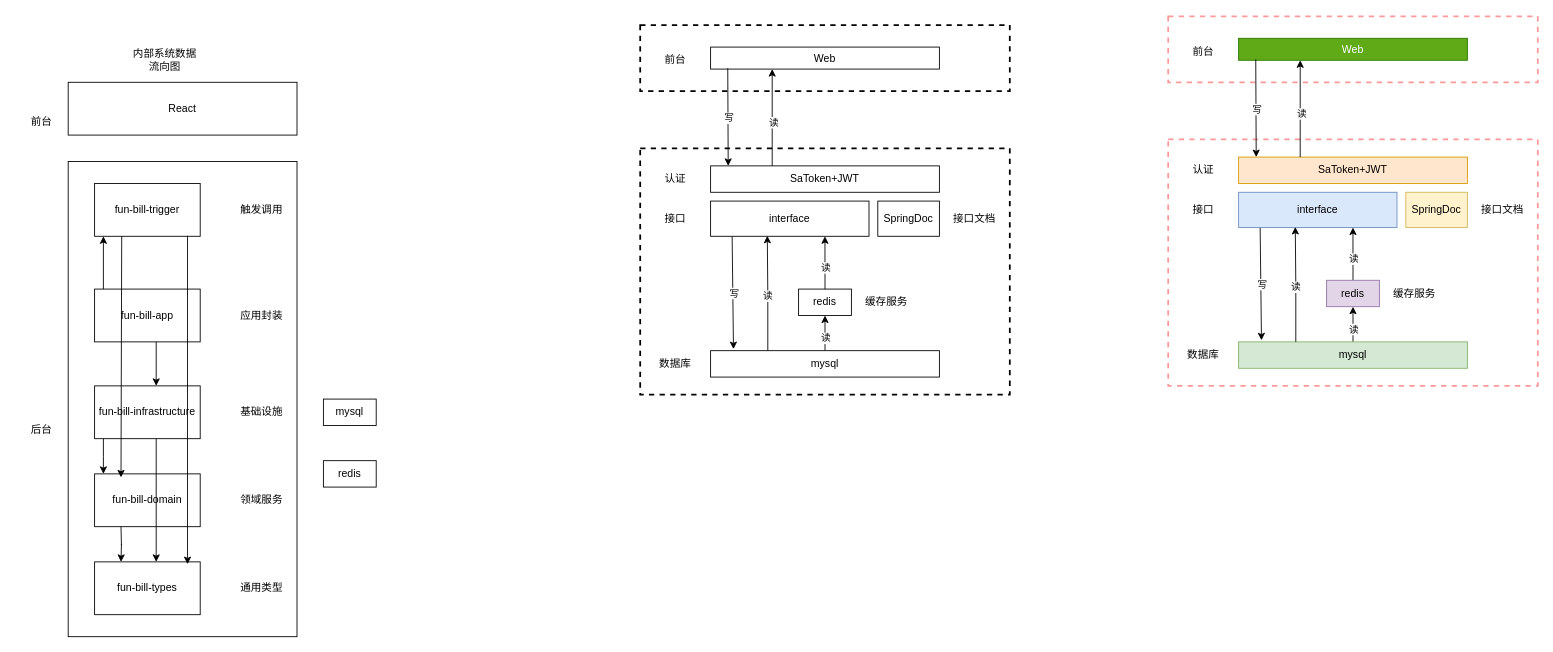
mynxg/draw-io-to-github keeps this draw.io diagram as page "技术架构" (3 of 8) of lottery-note/fun-bill-依赖关系.drawio. Above is the earlier version. Source tidied: cells renumbered, new cells numbered last; positions are measured from the earlier drawing's top-left corner, leaving out a move shared by most shapes. Both pictures are drawn from the tidied source at 88%, with x=0, y=0 at pixel (15, 16).
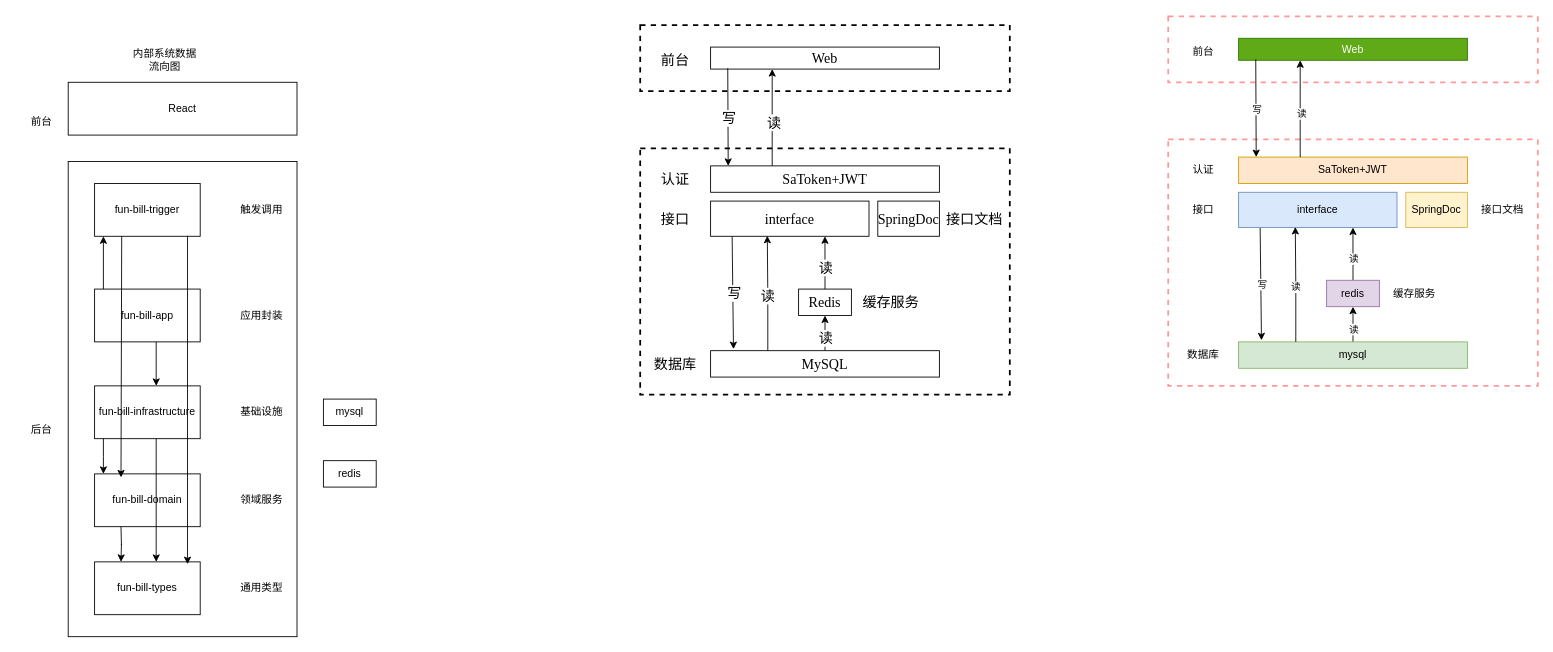
The same page after the edit.

Change to the diagram source:
```diff
@@
-    <mxCell id="2" style="rounded=0;whiteSpace=wrap;html=1;strokeColor=default;dashed=1;strokeWidth=2;" parent="1" vertex="1">
+    <mxCell id="2" style="rounded=0;whiteSpace=wrap;html=1;strokeColor=default;dashed=1;strokeWidth=2;fontFamily=宋体;fontSize=16;" parent="1" vertex="1">
       <mxGeometry x="710" y="150" width="420" height="280" as="geometry" />
     </mxCell>
@@
-    <mxCell id="26" style="rounded=0;jettySize=auto;html=1;exitX=0.5;exitY=0;exitDx=0;exitDy=0;entryX=0.5;entryY=1;entryDx=0;entryDy=0;" parent="1" edge="1" source="28" target="31">
+    <mxCell id="26" style="rounded=0;jettySize=auto;html=1;exitX=0.5;exitY=0;exitDx=0;exitDy=0;entryX=0.5;entryY=1;entryDx=0;entryDy=0;fontFamily=宋体;fontSize=16;" parent="1" edge="1" source="28" target="31">
       <mxGeometry relative="1" as="geometry" />
     </mxCell>
-    <mxCell id="27" value="读" style="edgeLabel;html=1;align=center;verticalAlign=middle;" parent="26" vertex="1">
+    <mxCell id="27" value="读" style="edgeLabel;html=1;align=center;verticalAlign=middle;fontFamily=宋体;fontSize=16;" parent="26" vertex="1">
       <mxGeometry x="-0.24" relative="1" as="geometry" />
     </mxCell>
-    <mxCell id="28" value="mysql" style="rounded=0;whiteSpace=wrap;html=1;" parent="1" vertex="1">
+    <mxCell id="28" value="MySQL" style="rounded=0;whiteSpace=wrap;html=1;fontFamily=Times New Roman;fontSize=16;" parent="1" vertex="1">
       <mxGeometry x="790" y="380" width="260" height="30" as="geometry" />
     </mxCell>
-    <mxCell id="29" style="rounded=0;jettySize=auto;html=1;exitX=0.5;exitY=0;exitDx=0;exitDy=0;entryX=0.722;entryY=1;entryDx=0;entryDy=0;entryPerimeter=0;" parent="1" edge="1" source="31" target="39">
+    <mxCell id="29" style="rounded=0;jettySize=auto;html=1;exitX=0.5;exitY=0;exitDx=0;exitDy=0;entryX=0.722;entryY=1;entryDx=0;entryDy=0;entryPerimeter=0;fontFamily=宋体;fontSize=16;" parent="1" edge="1" source="31" target="39">
       <mxGeometry relative="1" as="geometry" />
     </mxCell>
-    <mxCell id="30" value="读" style="edgeLabel;html=1;align=center;verticalAlign=middle;" parent="29" vertex="1">
+    <mxCell id="30" value="读" style="edgeLabel;html=1;align=center;verticalAlign=middle;fontFamily=宋体;fontSize=16;" parent="29" vertex="1">
       <mxGeometry x="-0.21" y="-1" relative="1" as="geometry" />
     </mxCell>
-    <mxCell id="31" value="redis" style="rounded=0;whiteSpace=wrap;html=1;" parent="1" vertex="1">
+    <mxCell id="31" value="Redis" style="rounded=0;whiteSpace=wrap;html=1;fontFamily=Times New Roman;fontSize=16;" parent="1" vertex="1">
       <mxGeometry x="890" y="310" width="60" height="30" as="geometry" />
     </mxCell>
-    <mxCell id="32" value="SpringDoc" style="rounded=0;whiteSpace=wrap;html=1;" parent="1" vertex="1">
+    <mxCell id="32" value="SpringDoc" style="rounded=0;whiteSpace=wrap;html=1;fontFamily=Times New Roman;fontSize=16;" parent="1" vertex="1">
       <mxGeometry x="980" y="210" width="70" height="40" as="geometry" />
     </mxCell>
-    <mxCell id="33" value="接口文档" style="text;html=1;align=center;verticalAlign=middle;whiteSpace=wrap;rounded=0;" parent="1" vertex="1">
-      <mxGeometry x="1060" y="215" width="60" height="30" as="geometry" />
+    <mxCell id="33" value="接口文档" style="text;html=1;align=center;verticalAlign=middle;whiteSpace=wrap;rounded=0;fontFamily=宋体;fontSize=16;" parent="1" vertex="1">
+      <mxGeometry x="1055" y="215" width="70" height="30" as="geometry" />
     </mxCell>
@@
-    <mxCell id="35" value="数据库" style="text;html=1;align=center;verticalAlign=middle;whiteSpace=wrap;rounded=0;" parent="1" vertex="1">
+    <mxCell id="35" value="数据库" style="text;html=1;align=center;verticalAlign=middle;whiteSpace=wrap;rounded=0;fontFamily=宋体;fontSize=16;" parent="1" vertex="1">
       <mxGeometry x="720" y="380" width="60" height="30" as="geometry" />
     </mxCell>
-    <mxCell id="36" value="缓存服务" style="text;html=1;align=center;verticalAlign=middle;whiteSpace=wrap;rounded=0;" parent="1" vertex="1">
-      <mxGeometry x="960" y="310" width="60" height="30" as="geometry" />
+    <mxCell id="36" value="缓存服务" style="text;html=1;align=center;verticalAlign=middle;whiteSpace=wrap;rounded=0;fontFamily=宋体;fontSize=16;" parent="1" vertex="1">
+      <mxGeometry x="960" y="310" width="70" height="30" as="geometry" />
     </mxCell>
-    <mxCell id="37" style="rounded=0;jettySize=auto;html=1;exitX=0.136;exitY=1.005;exitDx=0;exitDy=0;exitPerimeter=0;entryX=0.1;entryY=-0.06;entryDx=0;entryDy=0;entryPerimeter=0;" parent="1" edge="1" source="39" target="28">
+    <mxCell id="37" style="rounded=0;jettySize=auto;html=1;exitX=0.136;exitY=1.005;exitDx=0;exitDy=0;exitPerimeter=0;entryX=0.1;entryY=-0.06;entryDx=0;entryDy=0;entryPerimeter=0;fontFamily=宋体;fontSize=16;" parent="1" edge="1" source="39" target="28">
       <mxGeometry relative="1" as="geometry" />
     </mxCell>
-    <mxCell id="38" value="写" style="edgeLabel;html=1;align=center;verticalAlign=middle;" parent="37" vertex="1">
+    <mxCell id="38" value="写" style="edgeLabel;html=1;align=center;verticalAlign=middle;fontFamily=宋体;fontSize=16;" parent="37" vertex="1">
       <mxGeometry y="1" relative="1" as="geometry" />
     </mxCell>
-    <mxCell id="39" value="interface" style="rounded=0;whiteSpace=wrap;html=1;" parent="1" vertex="1">
+    <mxCell id="39" value="interface" style="rounded=0;whiteSpace=wrap;html=1;fontFamily=Times New Roman;fontSize=16;" parent="1" vertex="1">
       <mxGeometry x="790" y="210" width="180" height="40" as="geometry" />
     </mxCell>
-    <mxCell id="40" style="rounded=0;whiteSpace=wrap;html=1;dashed=1;strokeWidth=2;" parent="1" vertex="1">
+    <mxCell id="40" style="rounded=0;whiteSpace=wrap;html=1;dashed=1;strokeWidth=2;fontFamily=宋体;fontSize=16;" parent="1" vertex="1">
       <mxGeometry x="710" y="10" width="420" height="75" as="geometry" />
     </mxCell>
-    <mxCell id="41" value="Web" style="rounded=0;whiteSpace=wrap;html=1;" parent="1" vertex="1">
+    <mxCell id="41" value="Web" style="rounded=0;whiteSpace=wrap;html=1;fontFamily=Times New Roman;fontSize=16;" parent="1" vertex="1">
       <mxGeometry x="790" y="35" width="260" height="25" as="geometry" />
     </mxCell>
-    <mxCell id="42" value="SaToken+JWT" style="rounded=0;whiteSpace=wrap;html=1;" parent="1" vertex="1">
+    <mxCell id="42" value="SaToken+JWT" style="rounded=0;whiteSpace=wrap;html=1;fontFamily=Times New Roman;fontSize=16;" parent="1" vertex="1">
       <mxGeometry x="790" y="170" width="260" height="30" as="geometry" />
     </mxCell>
-    <mxCell id="43" value="认证" style="text;html=1;align=center;verticalAlign=middle;whiteSpace=wrap;rounded=0;" parent="1" vertex="1">
+    <mxCell id="43" value="认证" style="text;html=1;align=center;verticalAlign=middle;whiteSpace=wrap;rounded=0;fontFamily=宋体;fontSize=16;" parent="1" vertex="1">
       <mxGeometry x="720" y="170" width="60" height="30" as="geometry" />
     </mxCell>
-    <mxCell id="44" style="edgeStyle=orthogonalEdgeStyle;rounded=0;jettySize=auto;html=1;exitX=0.25;exitY=0;exitDx=0;exitDy=0;entryX=0.358;entryY=0.985;entryDx=0;entryDy=0;entryPerimeter=0;" parent="1" edge="1" source="28" target="39">
+    <mxCell id="44" style="edgeStyle=orthogonalEdgeStyle;rounded=0;jettySize=auto;html=1;exitX=0.25;exitY=0;exitDx=0;exitDy=0;entryX=0.358;entryY=0.985;entryDx=0;entryDy=0;entryPerimeter=0;fontFamily=宋体;fontSize=16;" parent="1" edge="1" source="28" target="39">
       <mxGeometry relative="1" as="geometry" />
     </mxCell>
-    <mxCell id="45" value="读" style="edgeLabel;html=1;align=center;verticalAlign=middle;" parent="44" vertex="1">
+    <mxCell id="45" value="读" style="edgeLabel;html=1;align=center;verticalAlign=middle;fontFamily=宋体;fontSize=16;" parent="44" vertex="1">
       <mxGeometry x="-0.04" y="1" relative="1" as="geometry" />
     </mxCell>
-    <mxCell id="46" value="前台" style="text;html=1;align=center;verticalAlign=middle;whiteSpace=wrap;rounded=0;" parent="1" vertex="1">
+    <mxCell id="46" value="前台" style="text;html=1;align=center;verticalAlign=middle;whiteSpace=wrap;rounded=0;fontFamily=宋体;fontSize=16;" parent="1" vertex="1">
       <mxGeometry x="720" y="35" width="60" height="30" as="geometry" />
     </mxCell>
-    <mxCell id="47" value="接口" style="text;html=1;align=center;verticalAlign=middle;whiteSpace=wrap;rounded=0;" parent="1" vertex="1">
+    <mxCell id="47" value="接口" style="text;html=1;align=center;verticalAlign=middle;whiteSpace=wrap;rounded=0;fontFamily=宋体;fontSize=16;" parent="1" vertex="1">
       <mxGeometry x="720" y="215" width="60" height="30" as="geometry" />
     </mxCell>
-    <mxCell id="48" style="endArrow=classic;html=1;rounded=0;" parent="1" edge="1">
+    <mxCell id="48" style="endArrow=classic;html=1;rounded=0;fontFamily=宋体;fontSize=16;" parent="1" edge="1">
       <mxGeometry relative="1" as="geometry">
         <mxPoint x="860" y="170" as="sourcePoint" />
         <mxPoint x="860" y="60" as="targetPoint" />
       </mxGeometry>
     </mxCell>
-    <mxCell id="49" value="读" style="edgeLabel;html=1;align=center;verticalAlign=middle;" parent="48" vertex="1">
+    <mxCell id="49" value="读" style="edgeLabel;html=1;align=center;verticalAlign=middle;fontFamily=宋体;fontSize=16;" parent="48" vertex="1">
       <mxGeometry x="-0.09" y="-1" relative="1" as="geometry" />
     </mxCell>
-    <mxCell id="50" style="endArrow=classic;html=1;rounded=0;exitX=0.075;exitY=0.96;exitDx=0;exitDy=0;exitPerimeter=0;" parent="1" edge="1" source="41">
+    <mxCell id="50" style="endArrow=classic;html=1;rounded=0;exitX=0.075;exitY=0.96;exitDx=0;exitDy=0;exitPerimeter=0;fontFamily=宋体;fontSize=16;" parent="1" edge="1" source="41">
       <mxGeometry relative="1" as="geometry">
         <mxPoint x="810" y="170" as="targetPoint" />
       </mxGeometry>
     </mxCell>
-    <mxCell id="51" value="写" style="edgeLabel;html=1;align=center;verticalAlign=middle;" parent="50" vertex="1">
+    <mxCell id="51" value="写" style="edgeLabel;html=1;align=center;verticalAlign=middle;fontFamily=宋体;fontSize=16;" parent="50" vertex="1">
       <mxGeometry x="0.02" y="1" relative="1" as="geometry" />
     </mxCell>
```
